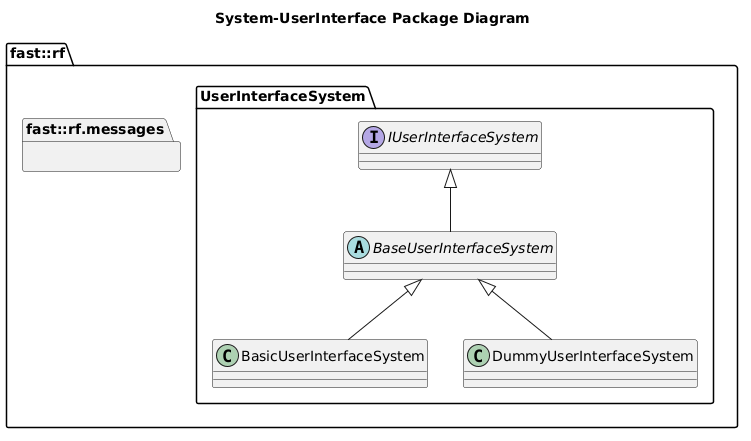
fastrobotics/robot_framework keeps this PlantUML diagram as Systems/UserInterface/doc/puml/SystemUserInterfacePackageDiagram.png. Above is the earlier version. The source it was exported from:
```plantuml
@startuml
title System-UserInterface Package Diagram

namespace fast::rf {
  namespace messages  {}
  namespace UserInterfaceSystem {
    interface IUserInterfaceSystem {
    }
    abstract BaseUserInterfaceSystem {
    }
    IUserInterfaceSystem <|-- BaseUserInterfaceSystem
    class BasicUserInterfaceSystem {

    }
    BaseUserInterfaceSystem <|-- BasicUserInterfaceSystem
    class DummyUserInterfaceSystem  {
    }
    BaseUserInterfaceSystem <|-- DummyUserInterfaceSystem
  }
}
@enduml
```
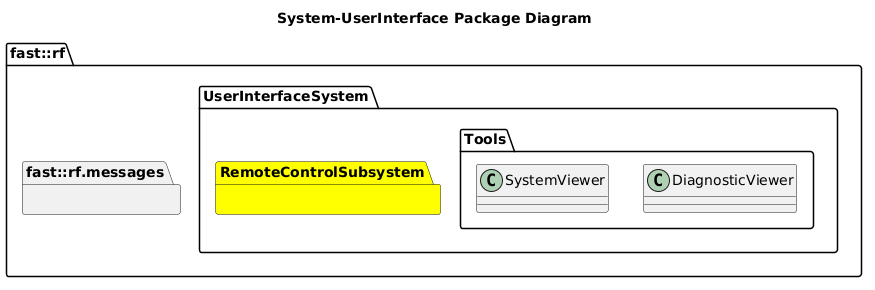
After the commit.

What changed in the source:
```diff
@@ -4,18 +4,17 @@
 namespace fast::rf {
   namespace messages  {}
   namespace UserInterfaceSystem {
-    interface IUserInterfaceSystem {
+    namespace Tools {
+      class DiagnosticViewer {
+
+      }
+      class SystemViewer {
+
+      }
     }
-    abstract BaseUserInterfaceSystem {
-    }
-    IUserInterfaceSystem <|-- BaseUserInterfaceSystem
-    class BasicUserInterfaceSystem {
+    package RemoteControlSubsystem #Yellow {
 
     }
-    BaseUserInterfaceSystem <|-- BasicUserInterfaceSystem
-    class DummyUserInterfaceSystem  {
-    }
-    BaseUserInterfaceSystem <|-- DummyUserInterfaceSystem
-  }
+
 }
 @enduml
```
